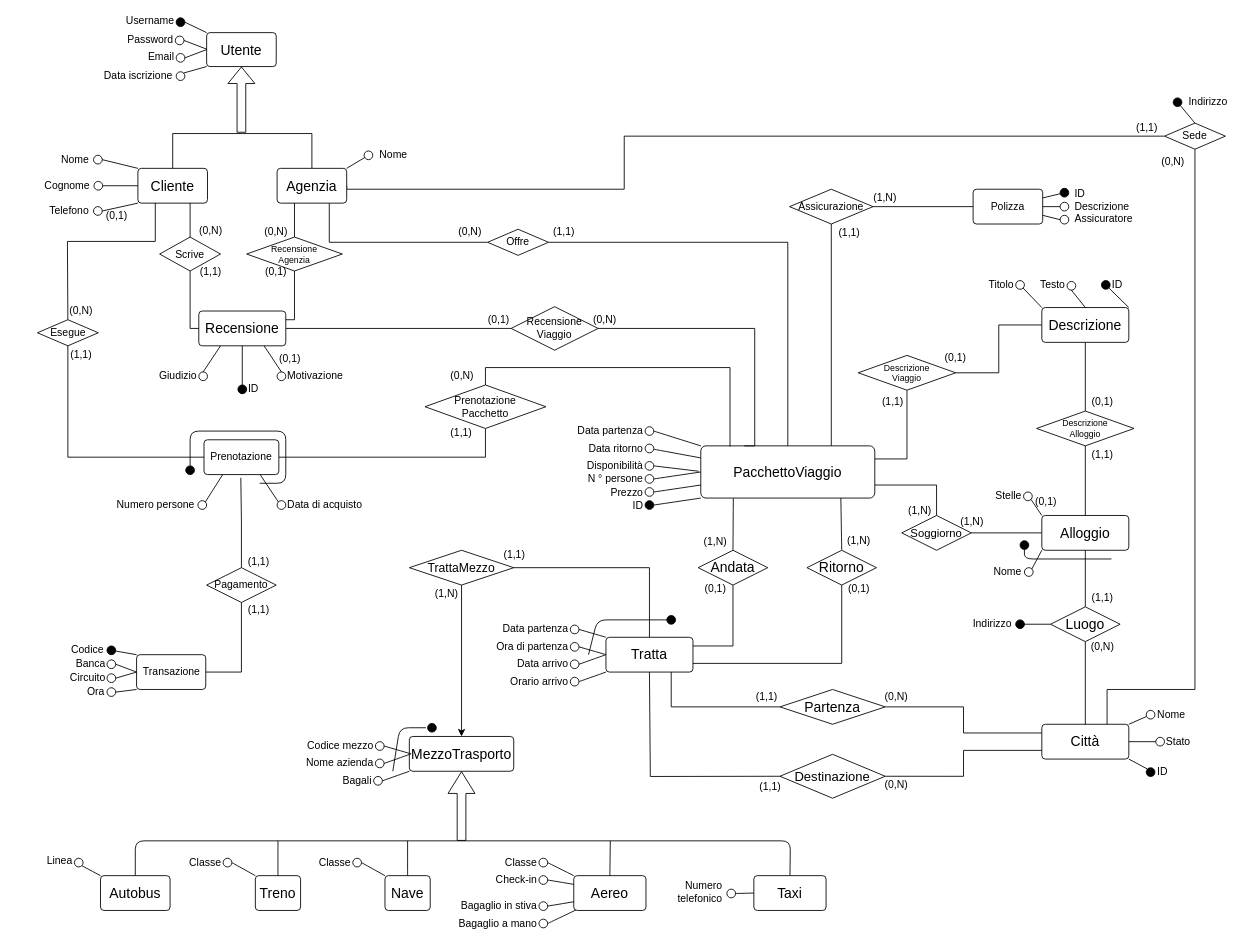
This is ER/ER.drawio from bustre/Easy-travel, a draw.io file, before an edit. Source tidied: cells renumbered, new cells numbered last; positions are measured from the earlier drawing's top-left corner, leaving out a move shared by most shapes. Both pictures are drawn from the tidied source at 87%, with x=0, y=0 at pixel (30, 17).
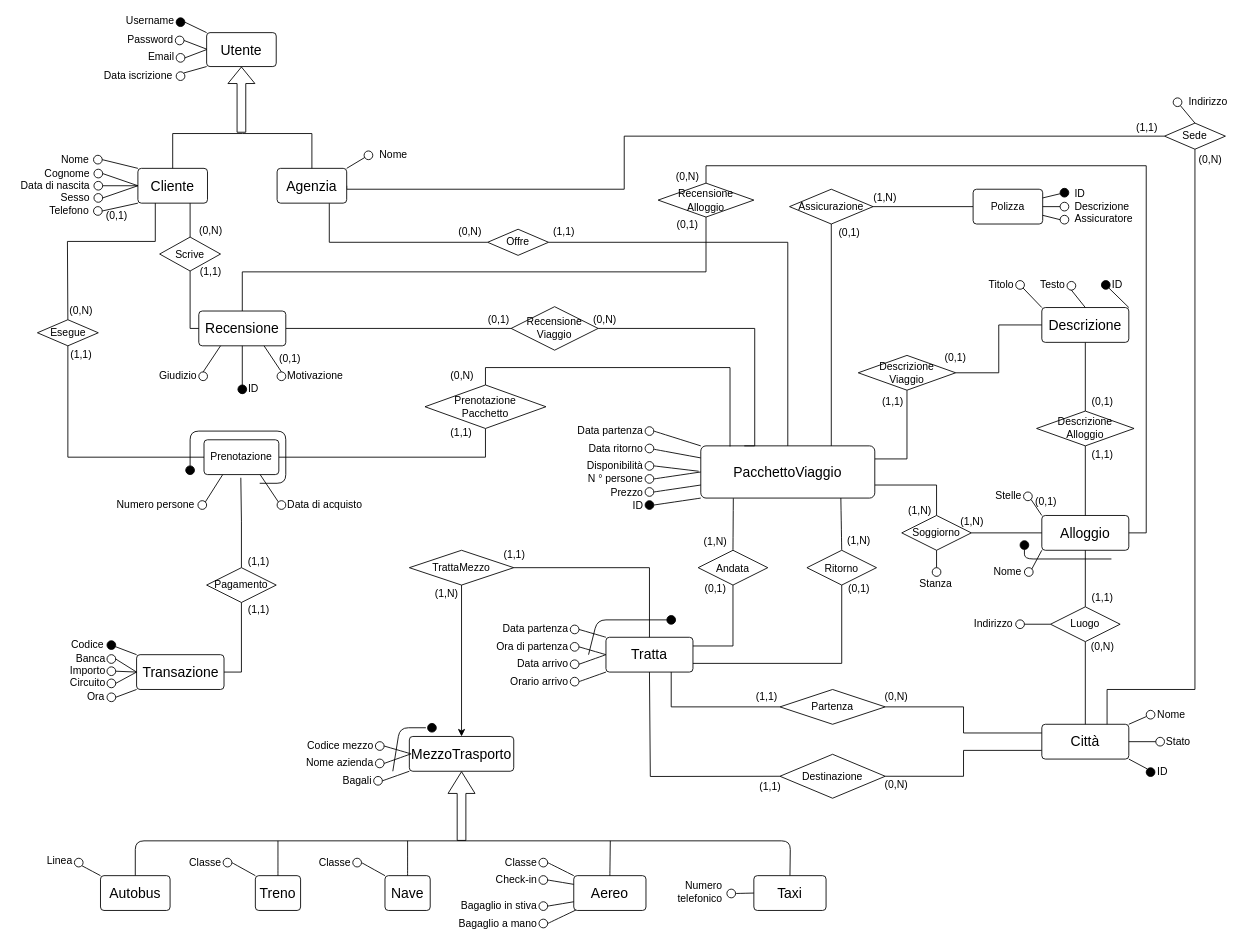
The same diagram, later.

Commit message (it also covers changes not shown here):
Sistemazione incoerenza ER

Unchanged cells that the change refers to:
```xml
<mxCell id="29" style="group;fontSize=11;" parent="1" vertex="1">
  <mxGeometry x="782" y="587" width="200" height="86" as="geometry" />
</mxCell>
<mxCell id="120" value="Alloggio" style="rounded=1;arcSize=10;whiteSpace=wrap;html=1;align=center;fontSize=16;" parent="1" vertex="1">
  <mxGeometry x="1162" y="573" width="100" height="40" as="geometry" />
</mxCell>
<mxCell id="133" value="Agenzia" style="rounded=1;arcSize=10;whiteSpace=wrap;html=1;align=center;fontSize=16;" parent="1" vertex="1">
  <mxGeometry x="283" y="174" width="80" height="40" as="geometry" />
</mxCell>
<mxCell id="134" value="Cliente" style="rounded=1;arcSize=10;whiteSpace=wrap;html=1;align=center;fontSize=16;" parent="1" vertex="1">
  <mxGeometry x="123" y="174" width="80" height="40" as="geometry" />
</mxCell>
<mxCell id="166" value="Recensione" style="rounded=1;arcSize=10;whiteSpace=wrap;html=1;align=center;fontSize=16;" parent="1" vertex="1">
  <mxGeometry x="193" y="338" width="100" height="40" as="geometry" />
</mxCell>
```

Change to the diagram source:
```diff
@@
-    <mxCell id="30" value="Andata" style="shape=rhombus;perimeter=rhombusPerimeter;whiteSpace=wrap;html=1;align=center;fontSize=16;" parent="29" vertex="1">
+    <mxCell id="30" value="&lt;font style=&quot;font-size: 12px;&quot;&gt;Andata&lt;/font&gt;" style="shape=rhombus;perimeter=rhombusPerimeter;whiteSpace=wrap;html=1;align=center;fontSize=16;" parent="29" vertex="1">
       <mxGeometry x="-15" y="26" width="80" height="40" as="geometry" />
     </mxCell>
-    <mxCell id="31" value="Ritorno" style="shape=rhombus;perimeter=rhombusPerimeter;whiteSpace=wrap;html=1;align=center;fontSize=16;" parent="29" vertex="1">
+    <mxCell id="31" value="&lt;font style=&quot;font-size: 12px;&quot;&gt;Ritorno&lt;/font&gt;" style="shape=rhombus;perimeter=rhombusPerimeter;whiteSpace=wrap;html=1;align=center;fontSize=16;" parent="29" vertex="1">
       <mxGeometry x="110" y="26" width="80" height="40" as="geometry" />
     </mxCell>
@@
-    <mxCell id="49" value="TrattaMezzo" style="shape=rhombus;perimeter=rhombusPerimeter;whiteSpace=wrap;html=1;align=center;fontSize=14;" parent="1" vertex="1">
+    <mxCell id="49" value="TrattaMezzo" style="shape=rhombus;perimeter=rhombusPerimeter;whiteSpace=wrap;html=1;align=center;fontSize=12;" parent="1" vertex="1">
       <mxGeometry x="435" y="613" width="120" height="40" as="geometry" />
     </mxCell>
@@
-    <mxCell id="111" value="Destinazione" style="shape=rhombus;perimeter=rhombusPerimeter;whiteSpace=wrap;align=center;fontSize=15;verticalAlign=middle;" parent="1" vertex="1">
+    <mxCell id="111" value="Destinazione" style="shape=rhombus;perimeter=rhombusPerimeter;whiteSpace=wrap;align=center;fontSize=12;verticalAlign=middle;" parent="1" vertex="1">
       <mxGeometry x="861" y="847.5" width="121" height="50.5" as="geometry" />
     </mxCell>
@@
-    <mxCell id="122" value="Descrizione&lt;br style=&quot;font-size: 10px;&quot;&gt;Viaggio" style="shape=rhombus;perimeter=rhombusPerimeter;whiteSpace=wrap;html=1;align=center;fontSize=10;" parent="1" vertex="1">
+    <mxCell id="122" value="Descrizione&lt;br style=&quot;font-size: 12px;&quot;&gt;Viaggio" style="shape=rhombus;perimeter=rhombusPerimeter;whiteSpace=wrap;html=1;align=center;fontSize=12;" parent="1" vertex="1">
       <mxGeometry x="951" y="389" width="112" height="40" as="geometry" />
     </mxCell>
@@
-    <mxCell id="124" value="Soggiorno" style="shape=rhombus;perimeter=rhombusPerimeter;whiteSpace=wrap;html=1;align=center;fontSize=13;" parent="1" vertex="1">
+    <mxCell id="124" value="Soggiorno" style="shape=rhombus;perimeter=rhombusPerimeter;whiteSpace=wrap;html=1;align=center;fontSize=12;" parent="1" vertex="1">
       <mxGeometry x="1001" y="573" width="80" height="40" as="geometry" />
     </mxCell>
@@
-    <mxCell id="126" value="Descrizione&lt;br&gt;Alloggio" style="shape=rhombus;perimeter=rhombusPerimeter;whiteSpace=wrap;html=1;align=center;fontSize=10;" parent="1" vertex="1">
+    <mxCell id="126" value="Descrizione&lt;br style=&quot;font-size: 12px;&quot;&gt;Alloggio" style="shape=rhombus;perimeter=rhombusPerimeter;whiteSpace=wrap;html=1;align=center;fontSize=12;" parent="1" vertex="1">
       <mxGeometry x="1156" y="453" width="112" height="40" as="geometry" />
     </mxCell>
@@
-    <mxCell id="129" value="Luogo" style="shape=rhombus;perimeter=rhombusPerimeter;whiteSpace=wrap;html=1;align=center;fontSize=16;" parent="1" vertex="1">
+    <mxCell id="129" value="Luogo" style="shape=rhombus;perimeter=rhombusPerimeter;whiteSpace=wrap;html=1;align=center;fontSize=12;" parent="1" vertex="1">
       <mxGeometry x="1172" y="678" width="80" height="40" as="geometry" />
     </mxCell>
@@
     <mxCell id="148" style="ellipse;whiteSpace=wrap;html=1;fillColor=none;" parent="1" vertex="1">
-      <mxGeometry x="72.5" y="189" width="10" height="10" as="geometry" />
+      <mxGeometry x="72.5" y="175" width="10" height="10" as="geometry" />
     </mxCell>
     <mxCell id="149" value="Cognome" style="text;html=1;strokeColor=none;fillColor=none;align=right;verticalAlign=middle;whiteSpace=wrap;rounded=0;" parent="1" vertex="1">
-      <mxGeometry x="9.5" y="189" width="60" height="10" as="geometry" />
+      <mxGeometry x="9.5" y="175" width="60" height="10" as="geometry" />
     </mxCell>
@@
-    <mxCell id="164" value="Scrive" style="shape=rhombus;perimeter=rhombusPerimeter;whiteSpace=wrap;html=1;align=center;" parent="1" vertex="1">
+    <mxCell id="164" value="Scrive" style="shape=rhombus;perimeter=rhombusPerimeter;whiteSpace=wrap;html=1;align=center;fontSize=12;" parent="1" vertex="1">
       <mxGeometry x="148" y="253" width="70" height="39" as="geometry" />
     </mxCell>
@@
+    <mxCell id="292" style="edgeStyle=orthogonalEdgeStyle;rounded=0;jettySize=auto;html=1;exitX=0.5;exitY=0;exitDx=0;exitDy=0;entryX=0.5;entryY=1;entryDx=0;entryDy=0;endArrow=none;endFill=0;" parent="1" edge="1" source="166" target="167">
+      <mxGeometry relative="1" as="geometry">
+        <Array as="points">
+          <mxPoint x="243" y="293" />
+          <mxPoint x="776" y="293" />
+        </Array>
+      </mxGeometry>
+    </mxCell>
@@
+    <mxCell id="293" style="edgeStyle=orthogonalEdgeStyle;rounded=0;jettySize=auto;html=1;exitX=0.5;exitY=0;exitDx=0;exitDy=0;entryX=1;entryY=0.5;entryDx=0;entryDy=0;endArrow=none;endFill=0;" parent="1" edge="1" source="167" target="120">
+      <mxGeometry relative="1" as="geometry" />
+    </mxCell>
-    <mxCell id="167" value="Recensione&lt;br style=&quot;font-size: 10px;&quot;&gt;Agenzia" style="shape=rhombus;perimeter=rhombusPerimeter;whiteSpace=wrap;html=1;align=center;fontSize=10;" parent="1" vertex="1">
-      <mxGeometry x="248" y="253" width="110" height="39" as="geometry" />
+    <mxCell id="167" value="Recensione&lt;br style=&quot;font-size: 12px;&quot;&gt;Alloggio" style="shape=rhombus;perimeter=rhombusPerimeter;whiteSpace=wrap;html=1;align=center;fontSize=12;" parent="1" vertex="1">
+      <mxGeometry x="721" y="191" width="110" height="39" as="geometry" />
     </mxCell>
-    <mxCell id="168" style="endArrow=none;html=1;rounded=0;exitX=0.5;exitY=0;exitDx=0;exitDy=0;entryX=0.25;entryY=1;entryDx=0;entryDy=0;" parent="1" edge="1" source="167" target="133">
-      <mxGeometry relative="1" as="geometry" />
-    </mxCell>
-    <mxCell id="169" style="endArrow=none;html=1;rounded=0;exitX=0.5;exitY=1;exitDx=0;exitDy=0;entryX=1;entryY=0.25;entryDx=0;entryDy=0;" parent="1" edge="1" source="167" target="166">
-      <mxGeometry relative="1" as="geometry">
-        <Array as="points">
-          <mxPoint x="303" y="348" />
-        </Array>
-      </mxGeometry>
-    </mxCell>
@@
-    <mxCell id="183" value="Esegue" style="shape=rhombus;perimeter=rhombusPerimeter;whiteSpace=wrap;html=1;align=center;" parent="1" vertex="1">
+    <mxCell id="183" value="Esegue" style="shape=rhombus;perimeter=rhombusPerimeter;whiteSpace=wrap;html=1;align=center;fontSize=12;" parent="1" vertex="1">
       <mxGeometry x="7.5" y="348" width="70" height="30" as="geometry" />
     </mxCell>
@@
-    <mxCell id="186" value="Prenotazione&lt;br&gt;Pacchetto" style="shape=rhombus;perimeter=rhombusPerimeter;whiteSpace=wrap;html=1;align=center;" parent="1" vertex="1">
+    <mxCell id="186" value="Prenotazione&lt;br style=&quot;font-size: 12px;&quot;&gt;Pacchetto" style="shape=rhombus;perimeter=rhombusPerimeter;whiteSpace=wrap;html=1;align=center;fontSize=12;" parent="1" vertex="1">
       <mxGeometry x="453" y="423" width="139" height="50" as="geometry" />
     </mxCell>
@@
-    <mxCell id="190" value="Recensione&lt;br&gt;Viaggio" style="shape=rhombus;perimeter=rhombusPerimeter;whiteSpace=wrap;html=1;align=center;" parent="1" vertex="1">
+    <mxCell id="190" value="Recensione&lt;br style=&quot;font-size: 12px;&quot;&gt;Viaggio" style="shape=rhombus;perimeter=rhombusPerimeter;whiteSpace=wrap;html=1;align=center;fontSize=12;" parent="1" vertex="1">
       <mxGeometry x="552" y="333" width="100" height="50" as="geometry" />
     </mxCell>
@@
-    <mxCell id="192" value="Offre" style="shape=rhombus;perimeter=rhombusPerimeter;whiteSpace=wrap;html=1;align=center;" parent="1" vertex="1">
+    <mxCell id="192" value="Offre" style="shape=rhombus;perimeter=rhombusPerimeter;whiteSpace=wrap;html=1;align=center;fontSize=12;" parent="1" vertex="1">
       <mxGeometry x="525" y="244" width="70" height="30" as="geometry" />
     </mxCell>
@@
-    <mxCell id="194" value="Partenza" style="shape=rhombus;perimeter=rhombusPerimeter;whiteSpace=wrap;html=1;align=center;fontSize=16;" parent="1" vertex="1">
+    <mxCell id="194" value="Partenza" style="shape=rhombus;perimeter=rhombusPerimeter;whiteSpace=wrap;html=1;align=center;fontSize=12;" parent="1" vertex="1">
       <mxGeometry x="861" y="773" width="121" height="40" as="geometry" />
     </mxCell>
@@
-    <mxCell id="213" value="Sede" style="shape=rhombus;perimeter=rhombusPerimeter;whiteSpace=wrap;html=1;align=center;" parent="1" vertex="1">
+    <mxCell id="213" value="Sede" style="shape=rhombus;perimeter=rhombusPerimeter;whiteSpace=wrap;html=1;align=center;fontSize=12;" parent="1" vertex="1">
       <mxGeometry x="1303" y="122" width="70" height="30" as="geometry" />
     </mxCell>
@@
     <mxCell id="216" value="(0,N)" style="text;html=1;strokeColor=none;fillColor=none;align=center;verticalAlign=middle;whiteSpace=wrap;rounded=0;" parent="1" vertex="1">
-      <mxGeometry x="252" y="232" width="60" height="30" as="geometry" />
+      <mxGeometry x="725" y="169" width="60" height="30" as="geometry" />
     </mxCell>
     <mxCell id="217" value="(0,1)" style="text;html=1;strokeColor=none;fillColor=none;align=center;verticalAlign=middle;whiteSpace=wrap;rounded=0;" parent="1" vertex="1">
-      <mxGeometry x="252" y="278" width="60" height="30" as="geometry" />
+      <mxGeometry x="725" y="224" width="60" height="30" as="geometry" />
     </mxCell>
@@
     <mxCell id="221" value="(0,N)" style="text;html=1;strokeColor=none;fillColor=none;align=center;verticalAlign=middle;whiteSpace=wrap;rounded=0;" parent="1" vertex="1">
-      <mxGeometry x="1283" y="152" width="60" height="30" as="geometry" />
+      <mxGeometry x="1326" y="149" width="60" height="30" as="geometry" />
     </mxCell>
@@
-    <mxCell id="242" value="Assicurazione" style="shape=rhombus;perimeter=rhombusPerimeter;whiteSpace=wrap;html=1;align=center;" parent="1" vertex="1">
+    <mxCell id="242" value="Assicurazione" style="shape=rhombus;perimeter=rhombusPerimeter;whiteSpace=wrap;html=1;align=center;fontSize=12;" parent="1" vertex="1">
       <mxGeometry x="872" y="198" width="96" height="40" as="geometry" />
     </mxCell>
@@
-    <mxCell id="253" value="(1,1)" style="text;html=1;strokeColor=none;fillColor=none;align=center;verticalAlign=middle;whiteSpace=wrap;rounded=0;" parent="1" vertex="1">
+    <mxCell id="253" value="(0,1)" style="text;html=1;strokeColor=none;fillColor=none;align=center;verticalAlign=middle;whiteSpace=wrap;rounded=0;" parent="1" vertex="1">
       <mxGeometry x="911" y="233" width="60" height="30" as="geometry" />
     </mxCell>
@@
-    <mxCell id="256" value="Pagamento" style="shape=rhombus;perimeter=rhombusPerimeter;whiteSpace=wrap;html=1;align=center;" parent="1" vertex="1">
+    <mxCell id="256" value="Pagamento" style="shape=rhombus;perimeter=rhombusPerimeter;whiteSpace=wrap;html=1;align=center;fontSize=12;" parent="1" vertex="1">
       <mxGeometry x="202" y="633" width="80" height="40" as="geometry" />
     </mxCell>
@@
-    <mxCell id="258" value="Transazione" style="rounded=1;arcSize=10;whiteSpace=wrap;html=1;align=center;" parent="1" vertex="1">
-      <mxGeometry x="121.5" y="733" width="79.5" height="40" as="geometry" />
+    <mxCell id="258" value="Transazione" style="rounded=1;arcSize=10;whiteSpace=wrap;html=1;align=center;fontSize=16;" parent="1" vertex="1">
+      <mxGeometry x="121.5" y="733" width="100.5" height="40" as="geometry" />
     </mxCell>
@@
     <mxCell id="260" style="ellipse;whiteSpace=wrap;html=1;fillColor=#000000;" parent="1" vertex="1">
-      <mxGeometry x="87.5" y="723" width="10" height="10" as="geometry" />
+      <mxGeometry x="87.5" y="717" width="10" height="10" as="geometry" />
     </mxCell>
     <mxCell id="261" style="ellipse;whiteSpace=wrap;html=1;" parent="1" vertex="1">
-      <mxGeometry x="87.5" y="739" width="10" height="10" as="geometry" />
+      <mxGeometry x="87.5" y="733" width="10" height="10" as="geometry" />
     </mxCell>
@@
     <mxCell id="263" value="Codice" style="text;html=1;strokeColor=none;fillColor=none;align=right;verticalAlign=middle;whiteSpace=wrap;rounded=0;" parent="1" vertex="1">
-      <mxGeometry x="25.5" y="723" width="60" height="10" as="geometry" />
+      <mxGeometry x="25.5" y="717" width="60" height="10" as="geometry" />
     </mxCell>
     <mxCell id="264" value="Banca" style="text;html=1;strokeColor=none;fillColor=none;align=right;verticalAlign=middle;whiteSpace=wrap;rounded=0;" parent="1" vertex="1">
-      <mxGeometry x="27.5" y="739" width="60" height="10" as="geometry" />
+      <mxGeometry x="27.5" y="733" width="60" height="10" as="geometry" />
     </mxCell>
     <mxCell id="265" style="ellipse;whiteSpace=wrap;html=1;" parent="1" vertex="1">
-      <mxGeometry x="87.5" y="771" width="10" height="10" as="geometry" />
+      <mxGeometry x="87.5" y="777" width="10" height="10" as="geometry" />
     </mxCell>
@@
     <mxCell id="267" value="Ora" style="text;html=1;strokeColor=none;fillColor=none;align=right;verticalAlign=middle;whiteSpace=wrap;rounded=0;" parent="1" vertex="1">
-      <mxGeometry x="27" y="771" width="60" height="10" as="geometry" />
+      <mxGeometry x="27" y="777" width="60" height="10" as="geometry" />
     </mxCell>
     <mxCell id="268" style="ellipse;whiteSpace=wrap;html=1;" parent="1" vertex="1">
-      <mxGeometry x="87.5" y="755" width="10" height="10" as="geometry" />
+      <mxGeometry x="87.5" y="761" width="10" height="10" as="geometry" />
     </mxCell>
     <mxCell id="269" value="Circuito" style="text;html=1;strokeColor=none;fillColor=none;align=right;verticalAlign=middle;whiteSpace=wrap;rounded=0;" parent="1" vertex="1">
-      <mxGeometry x="27.5" y="755" width="60" height="10" as="geometry" />
+      <mxGeometry x="27.5" y="761" width="60" height="10" as="geometry" />
     </mxCell>
@@
-    <mxCell id="287" style="ellipse;whiteSpace=wrap;html=1;fillColor=#000000;" parent="1" vertex="1">
+    <mxCell id="287" style="ellipse;whiteSpace=wrap;html=1;fillColor=none;" parent="1" vertex="1">
       <mxGeometry x="1313" y="93" width="10" height="10" as="geometry" />
     </mxCell>
@@
-    <mxCell id="289" style="ellipse;whiteSpace=wrap;html=1;fillColor=#000000;" parent="1" vertex="1">
+    <mxCell id="289" style="ellipse;whiteSpace=wrap;html=1;fillColor=none;" parent="1" vertex="1">
       <mxGeometry x="1132" y="693" width="10" height="10" as="geometry" />
     </mxCell>
-    <mxCell id="290" value="Indirizzo" style="text;html=1;strokeColor=none;fillColor=none;align=left;verticalAlign=middle;whiteSpace=wrap;rounded=0;" parent="1" vertex="1">
-      <mxGeometry x="1081" y="690" width="60" height="16" as="geometry" />
+    <mxCell id="290" value="Indirizzo" style="text;html=1;strokeColor=none;fillColor=none;align=right;verticalAlign=middle;whiteSpace=wrap;rounded=0;" parent="1" vertex="1">
+      <mxGeometry x="1071" y="690" width="60" height="16" as="geometry" />
     </mxCell>
-    <mxCell id="291" style="endArrow=none;html=1;rounded=0;exitX=1;exitY=0.5;exitDx=0;exitDy=0;entryX=0;entryY=0.5;entryDx=0;entryDy=0;" parent="1" edge="1" source="290" target="129">
-      <mxGeometry relative="1" as="geometry" />
+    <mxCell id="291" style="endArrow=none;html=1;rounded=0;entryX=0;entryY=0.5;entryDx=0;entryDy=0;" parent="1" edge="1" target="129">
+      <mxGeometry relative="1" as="geometry">
+        <mxPoint x="1142" y="698" as="sourcePoint" />
+      </mxGeometry>
     </mxCell>
+    <mxCell id="294" style="endArrow=none;html=1;rounded=0;entryX=0.5;entryY=1;entryDx=0;entryDy=0;" parent="1" edge="1" source="296" target="124">
+      <mxGeometry relative="1" as="geometry" />
+    </mxCell>
+    <mxCell id="295" style="endArrow=none;html=1;rounded=0;entryX=0.5;entryY=1;entryDx=0;entryDy=0;" parent="1" edge="1" target="296">
+      <mxGeometry relative="1" as="geometry">
+        <mxPoint x="1042" y="640" as="sourcePoint" />
+      </mxGeometry>
+    </mxCell>
+    <mxCell id="296" style="ellipse;whiteSpace=wrap;html=1;" parent="1" vertex="1">
+      <mxGeometry x="1036" y="633" width="10" height="10" as="geometry" />
+    </mxCell>
+    <mxCell id="297" value="Stanza" style="text;html=1;strokeColor=none;fillColor=none;align=right;verticalAlign=middle;whiteSpace=wrap;rounded=0;" parent="1" vertex="1">
+      <mxGeometry x="1001" y="644" width="60" height="16" as="geometry" />
+    </mxCell>
+    <mxCell id="298" style="ellipse;whiteSpace=wrap;html=1;fillColor=none;" parent="1" vertex="1">
+      <mxGeometry x="72.5" y="189" width="10" height="10" as="geometry" />
+    </mxCell>
+    <mxCell id="299" value="Data di nascita" style="text;html=1;strokeColor=none;fillColor=none;align=right;verticalAlign=middle;whiteSpace=wrap;rounded=0;" parent="1" vertex="1">
+      <mxGeometry x="-18" y="189" width="87.5" height="10" as="geometry" />
+    </mxCell>
+    <mxCell id="300" style="endArrow=none;html=1;rounded=0;exitX=1;exitY=0.5;exitDx=0;exitDy=0;entryX=0;entryY=0.5;entryDx=0;entryDy=0;" parent="1" edge="1" source="298" target="134">
+      <mxGeometry relative="1" as="geometry" />
+    </mxCell>
+    <mxCell id="301" style="ellipse;whiteSpace=wrap;html=1;fillColor=none;" parent="1" vertex="1">
+      <mxGeometry x="72.5" y="203" width="10" height="10" as="geometry" />
+    </mxCell>
+    <mxCell id="302" value="Sesso" style="text;html=1;strokeColor=none;fillColor=none;align=right;verticalAlign=middle;whiteSpace=wrap;rounded=0;" parent="1" vertex="1">
+      <mxGeometry x="9.5" y="203" width="60" height="10" as="geometry" />
+    </mxCell>
+    <mxCell id="303" style="endArrow=none;html=1;rounded=0;exitX=1;exitY=0.5;exitDx=0;exitDy=0;entryX=0;entryY=0.5;entryDx=0;entryDy=0;" parent="1" edge="1" source="301" target="134">
+      <mxGeometry relative="1" as="geometry" />
+    </mxCell>
+    <mxCell id="304" style="ellipse;whiteSpace=wrap;html=1;" parent="1" vertex="1">
+      <mxGeometry x="87.5" y="747" width="10" height="10" as="geometry" />
+    </mxCell>
+    <mxCell id="305" value="Importo" style="text;html=1;strokeColor=none;fillColor=none;align=right;verticalAlign=middle;whiteSpace=wrap;rounded=0;" parent="1" vertex="1">
+      <mxGeometry x="27.5" y="747" width="60" height="10" as="geometry" />
+    </mxCell>
+    <mxCell id="306" style="endArrow=none;html=1;rounded=0;exitX=1;exitY=0.5;exitDx=0;exitDy=0;entryX=0;entryY=0.5;entryDx=0;entryDy=0;" parent="1" edge="1" source="304" target="258">
+      <mxGeometry relative="1" as="geometry" />
+    </mxCell>
```
